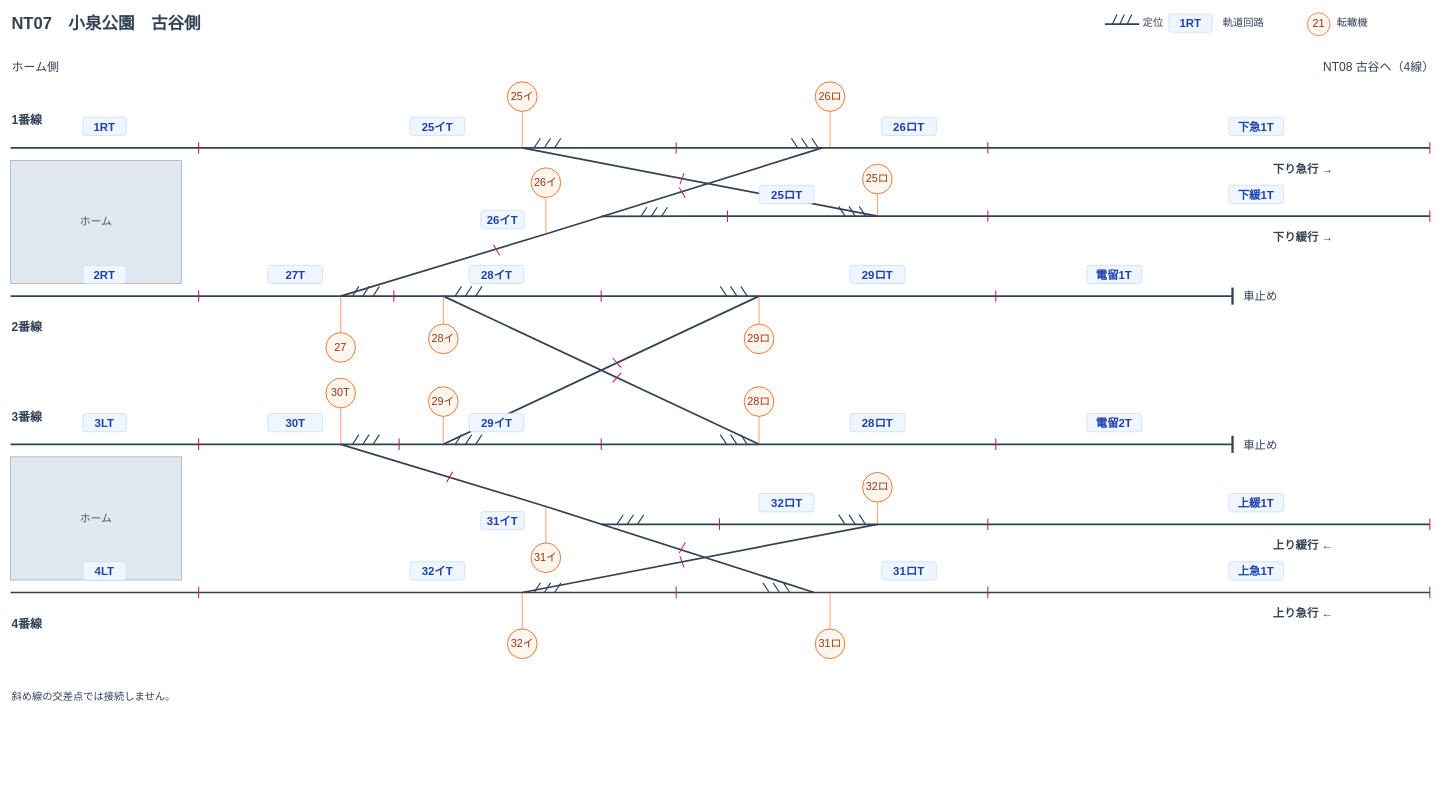
Before: page "03 古谷側 詳細" (3 of 3) of Documentation/Track/NtLine/Wiring/Stations/NT07配線図.drawio in neko3141592/Nakatetsu, a draw.io diagram. Source tidied: cells renumbered, new cells numbered last; positions are measured from the earlier drawing's top-left corner, leaving out a move shared by most shapes. Both pictures are drawn from the tidied source at 57%, with x=0, y=0 at pixel (10, 10).
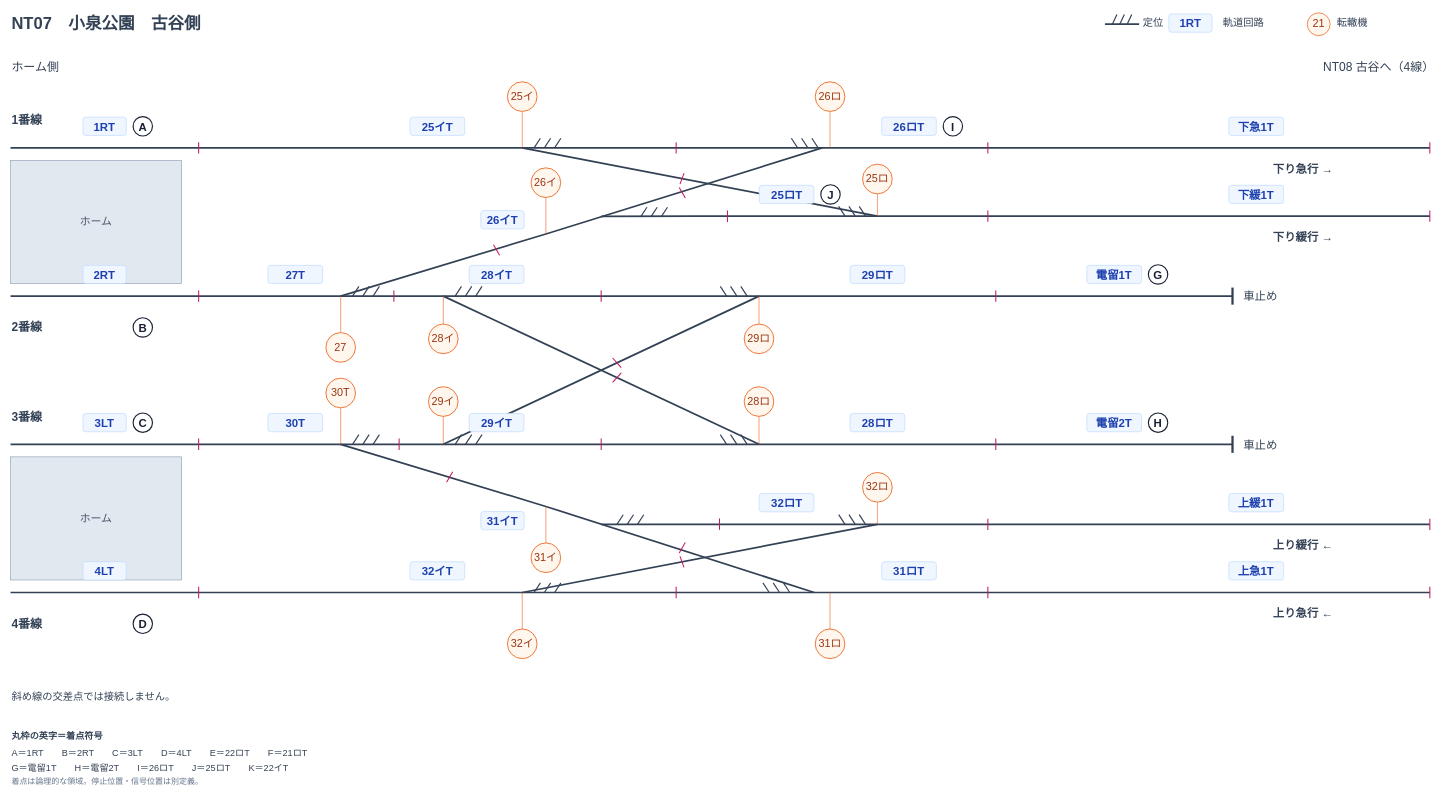
Above is the later version.

The edit, as a diff of the source:
```diff
@@
+    <mxCell id="169" value="A" style="ellipse;html=0;whiteSpace=wrap;fillColor=#ffffff;strokeColor=#172033;strokeWidth=2;fontFamily=Hiragino Sans;fontSize=20;fontColor=#172033;fontStyle=1;align=center;verticalAlign=middle;" parent="1" vertex="1">
+      <mxGeometry x="215" y="187" width="34" height="34" as="geometry" />
+    </mxCell>
+    <mxCell id="170" value="B" style="ellipse;html=0;whiteSpace=wrap;fillColor=#ffffff;strokeColor=#172033;strokeWidth=2;fontFamily=Hiragino Sans;fontSize=20;fontColor=#172033;fontStyle=1;align=center;verticalAlign=middle;" parent="1" vertex="1">
+      <mxGeometry x="215" y="540" width="34" height="34" as="geometry" />
+    </mxCell>
+    <mxCell id="171" value="C" style="ellipse;html=0;whiteSpace=wrap;fillColor=#ffffff;strokeColor=#172033;strokeWidth=2;fontFamily=Hiragino Sans;fontSize=20;fontColor=#172033;fontStyle=1;align=center;verticalAlign=middle;" parent="1" vertex="1">
+      <mxGeometry x="215" y="707" width="34" height="34" as="geometry" />
+    </mxCell>
+    <mxCell id="172" value="D" style="ellipse;html=0;whiteSpace=wrap;fillColor=#ffffff;strokeColor=#172033;strokeWidth=2;fontFamily=Hiragino Sans;fontSize=20;fontColor=#172033;fontStyle=1;align=center;verticalAlign=middle;" parent="1" vertex="1">
+      <mxGeometry x="215" y="1060" width="34" height="34" as="geometry" />
+    </mxCell>
+    <mxCell id="173" value="I" style="ellipse;html=0;whiteSpace=wrap;fillColor=#ffffff;strokeColor=#172033;strokeWidth=2;fontFamily=Hiragino Sans;fontSize=20;fontColor=#172033;fontStyle=1;align=center;verticalAlign=middle;" parent="1" vertex="1">
+      <mxGeometry x="1636.2" y="187" width="34" height="34" as="geometry" />
+    </mxCell>
+    <mxCell id="174" value="J" style="ellipse;html=0;whiteSpace=wrap;fillColor=#ffffff;strokeColor=#172033;strokeWidth=2;fontFamily=Hiragino Sans;fontSize=20;fontColor=#172033;fontStyle=1;align=center;verticalAlign=middle;" parent="1" vertex="1">
+      <mxGeometry x="1421.5" y="306.6" width="34" height="34" as="geometry" />
+    </mxCell>
+    <mxCell id="175" value="G" style="ellipse;html=0;whiteSpace=wrap;fillColor=#ffffff;strokeColor=#172033;strokeWidth=2;fontFamily=Hiragino Sans;fontSize=20;fontColor=#172033;fontStyle=1;align=center;verticalAlign=middle;" parent="1" vertex="1">
+      <mxGeometry x="1996.2" y="447" width="34" height="34" as="geometry" />
+    </mxCell>
+    <mxCell id="176" value="H" style="ellipse;html=0;whiteSpace=wrap;fillColor=#ffffff;strokeColor=#172033;strokeWidth=2;fontFamily=Hiragino Sans;fontSize=20;fontColor=#172033;fontStyle=1;align=center;verticalAlign=middle;" parent="1" vertex="1">
+      <mxGeometry x="1996.2" y="707" width="34" height="34" as="geometry" />
+    </mxCell>
+    <mxCell id="177" value="丸枠の英字＝着点符号" style="text;html=0;whiteSpace=wrap;strokeColor=none;fillColor=none;align=left;verticalAlign=middle;fontFamily=Hiragino Sans;fontSize=16;fontColor=#334155;fontStyle=1;" parent="1" vertex="1">
+      <mxGeometry y="1260" width="2500" height="26" as="geometry" />
+    </mxCell>
+    <mxCell id="178" value="A＝1RT　　B＝2RT　　C＝3LT　　D＝4LT　　E＝22ロT　　F＝21ロT" style="text;html=0;whiteSpace=wrap;strokeColor=none;fillColor=none;align=left;verticalAlign=middle;fontFamily=Hiragino Sans;fontSize=16;fontColor=#334155;" parent="1" vertex="1">
+      <mxGeometry y="1290" width="2500" height="26" as="geometry" />
+    </mxCell>
+    <mxCell id="179" value="G＝電留1T　　H＝電留2T　　I＝26ロT　　J＝25ロT　　K＝22イT" style="text;html=0;whiteSpace=wrap;strokeColor=none;fillColor=none;align=left;verticalAlign=middle;fontFamily=Hiragino Sans;fontSize=16;fontColor=#334155;" parent="1" vertex="1">
+      <mxGeometry y="1316" width="2500" height="26" as="geometry" />
+    </mxCell>
+    <mxCell id="180" value="着点は論理的な領域。停止位置・信号位置は別定義。" style="text;html=0;whiteSpace=wrap;strokeColor=none;fillColor=none;align=left;verticalAlign=middle;fontFamily=Hiragino Sans;fontSize=16;fontColor=#334155;fontSize=14;fontColor=#64748b;" parent="1" vertex="1">
+      <mxGeometry y="1342" width="2500" height="24" as="geometry" />
+    </mxCell>
```
